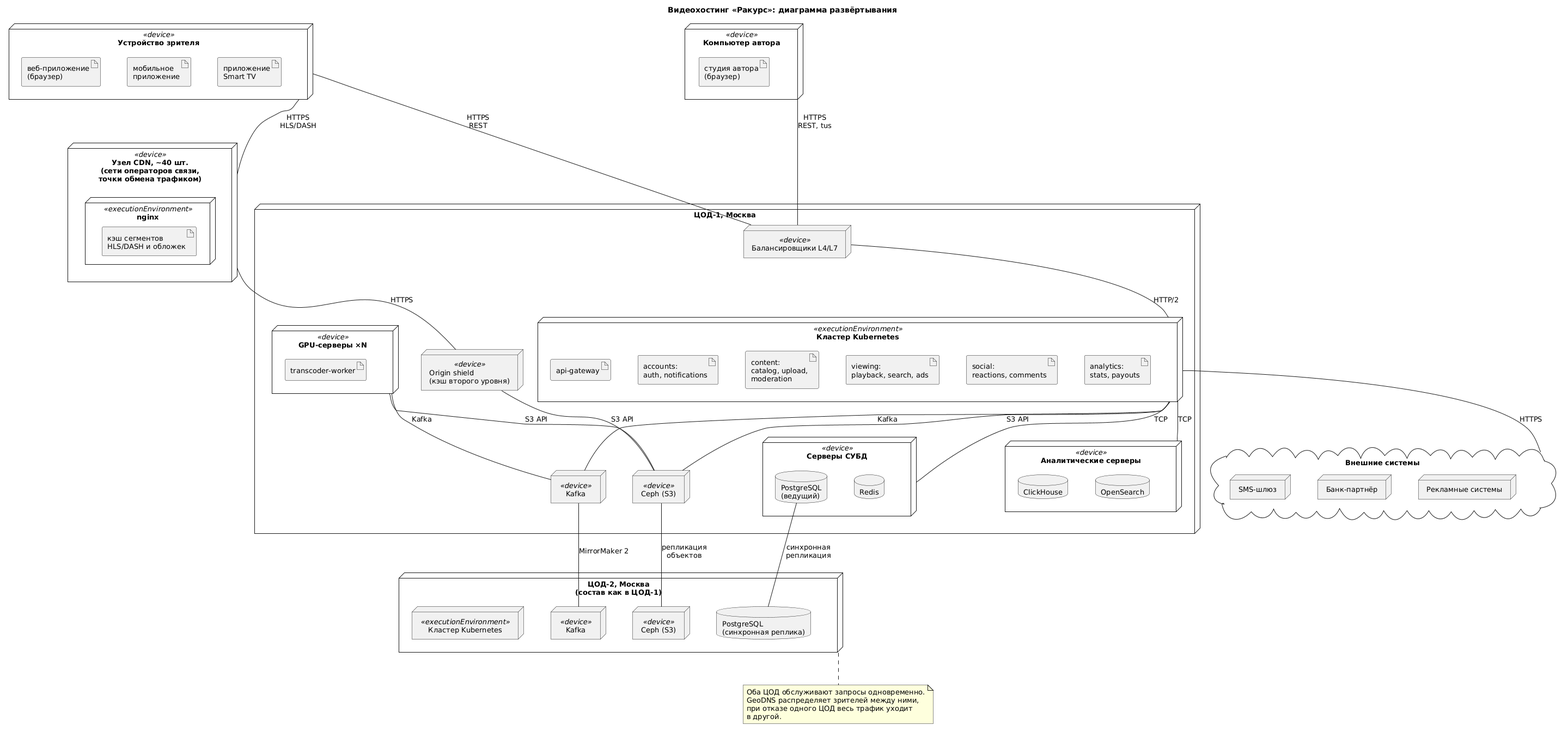
Before: diagrams/deployment.png, a diagram exported from PlantUML (EkaterinaGrisha/videohosting-architecture). The source it was exported from:
```plantuml
@startuml
title Видеохостинг «Ракурс»: диаграмма развёртывания

skinparam shadowing false
skinparam defaultFontName Arial
skinparam defaultFontSize 13
skinparam nodesep 50
skinparam ranksep 70

node "Устройство зрителя" <<device>> as viewer {
  artifact "веб-приложение\n(браузер)" as a_web
  artifact "мобильное\nприложение" as a_mobile
  artifact "приложение\nSmart TV" as a_tv
}

node "Компьютер автора" <<device>> as author {
  artifact "студия автора\n(браузер)" as a_studio
}

node "Узел CDN, ~40 шт.\n(сети операторов связи,\nточки обмена трафиком)" <<device>> as edge {
  node "nginx" <<executionEnvironment>> as edge_nginx {
    artifact "кэш сегментов\nHLS/DASH и обложек" as a_cache
  }
}

node "ЦОД-1, Москва" as dc1 {
  node "Балансировщики L4/L7" <<device>> as lb1
  node "Origin shield\n(кэш второго уровня)" <<device>> as shield1

  node "Кластер Kubernetes" <<executionEnvironment>> as k8s1 {
    artifact "api-gateway" as a_gw
    artifact "accounts:\nauth, notifications" as a_accounts
    artifact "content:\ncatalog, upload,\nmoderation" as a_content
    artifact "viewing:\nplayback, search, ads" as a_viewing
    artifact "social:\nreactions, comments" as a_social
    artifact "analytics:\nstats, payouts" as a_analytics
  }

  node "GPU-серверы ×N" <<device>> as gpu1 {
    artifact "transcoder-worker" as a_transcoder
  }

  node "Серверы СУБД" <<device>> as db1 {
    database "PostgreSQL\n(ведущий)" as pg1
    database "Redis" as redis1
  }

  node "Аналитические серверы" <<device>> as an1 {
    database "ClickHouse" as ch1
    database "OpenSearch" as os1
  }

  node "Kafka" <<device>> as kafka1
  node "Ceph (S3)" <<device>> as ceph1
}

node "ЦОД-2, Москва\n(состав как в ЦОД-1)" as dc2 {
  node "Кластер Kubernetes" <<executionEnvironment>> as k8s2
  database "PostgreSQL\n(синхронная реплика)" as pg2
  node "Kafka" <<device>> as kafka2
  node "Ceph (S3)" <<device>> as ceph2
}

cloud "Внешние системы" as ext {
  node "SMS-шлюз" as sms
  node "Банк-партнёр" as bank
  node "Рекламные системы" as adnet
}

a_web -[hidden]right- a_mobile
a_mobile -[hidden]right- a_tv
a_gw -[hidden]right- a_accounts
a_accounts -[hidden]right- a_content
a_content -[hidden]right- a_viewing
a_viewing -[hidden]right- a_social
a_social -[hidden]right- a_analytics
sms -[hidden]right- bank
bank -[hidden]right- adnet

viewer -- edge : HTTPS\nHLS/DASH
viewer -- lb1 : HTTPS\nREST
author -- lb1 : HTTPS\nREST, tus
edge -- shield1 : HTTPS
shield1 -- ceph1 : S3 API
lb1 -- k8s1 : HTTP/2
k8s1 -- db1 : TCP
k8s1 -- an1 : TCP
k8s1 -- kafka1 : Kafka
k8s1 -- ceph1 : S3 API
gpu1 -- ceph1 : S3 API
gpu1 -- kafka1 : Kafka
k8s1 -- ext : HTTPS
pg1 -- pg2 : синхронная\nрепликация
ceph1 -- ceph2 : репликация\nобъектов
kafka1 -- kafka2 : MirrorMaker 2

note bottom of dc2
  Оба ЦОД обслуживают запросы одновременно.
  GeoDNS распределяет зрителей между ними,
  при отказе одного ЦОД весь трафик уходит
  в другой.
end note
@enduml
```
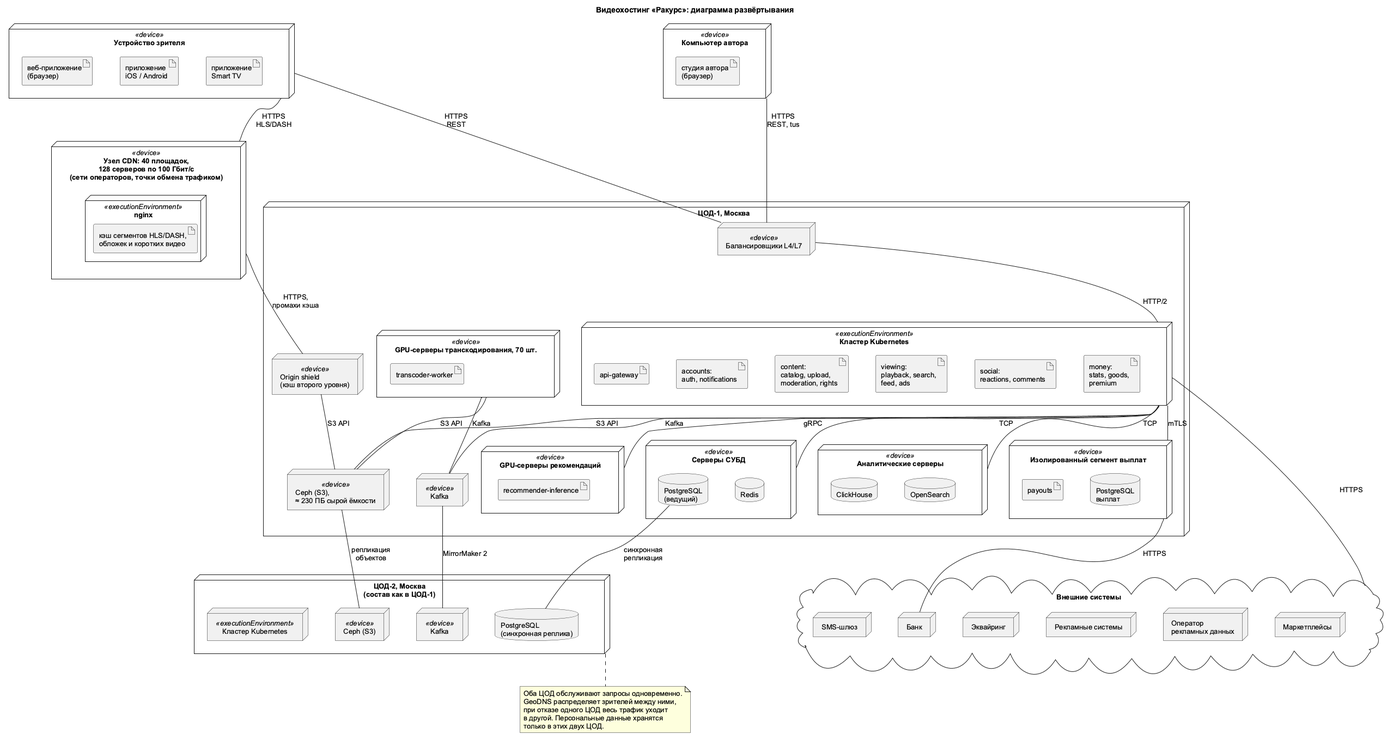
The same file after the commit.

The edit, as a diff of the source:
```diff
@@ -1,4 +1,4 @@
-@startuml
+@startuml deployment
 title Видеохостинг «Ракурс»: диаграмма развёртывания
 
 skinparam shadowing false
@@ -9,7 +9,7 @@
 
 node "Устройство зрителя" <<device>> as viewer {
   artifact "веб-приложение\n(браузер)" as a_web
-  artifact "мобильное\nприложение" as a_mobile
+  artifact "приложение\niOS / Android" as a_mobile
   artifact "приложение\nSmart TV" as a_tv
 }
 
@@ -17,9 +17,9 @@
   artifact "студия автора\n(браузер)" as a_studio
 }
 
-node "Узел CDN, ~40 шт.\n(сети операторов связи,\nточки обмена трафиком)" <<device>> as edge {
+node "Узел CDN: 40 площадок,\n128 серверов по 100 Гбит/с\n(сети операторов, точки обмена трафиком)" <<device>> as edge {
   node "nginx" <<executionEnvironment>> as edge_nginx {
-    artifact "кэш сегментов\nHLS/DASH и обложек" as a_cache
+    artifact "кэш сегментов HLS/DASH,\nобложек и коротких видео" as a_cache
   }
 }
 
@@ -30,14 +30,23 @@
   node "Кластер Kubernetes" <<executionEnvironment>> as k8s1 {
     artifact "api-gateway" as a_gw
     artifact "accounts:\nauth, notifications" as a_accounts
-    artifact "content:\ncatalog, upload,\nmoderation" as a_content
-    artifact "viewing:\nplayback, search, ads" as a_viewing
+    artifact "content:\ncatalog, upload,\nmoderation, rights" as a_content
+    artifact "viewing:\nplayback, search,\nfeed, ads" as a_viewing
     artifact "social:\nreactions, comments" as a_social
-    artifact "analytics:\nstats, payouts" as a_analytics
+    artifact "money:\nstats, goods,\npremium" as a_money
   }
 
-  node "GPU-серверы ×N" <<device>> as gpu1 {
+  node "Изолированный сегмент выплат" <<device>> as pay1 {
+    artifact "payouts" as a_payouts
+    database "PostgreSQL\nвыплат" as pgpay1
+  }
+
+  node "GPU-серверы транскодирования, 70 шт." <<device>> as gpu1 {
     artifact "transcoder-worker" as a_transcoder
+  }
+
+  node "GPU-серверы рекомендаций" <<device>> as rec1 {
+    artifact "recommender-inference" as a_rec
   }
 
   node "Серверы СУБД" <<device>> as db1 {
@@ -51,7 +60,7 @@
   }
 
   node "Kafka" <<device>> as kafka1
-  node "Ceph (S3)" <<device>> as ceph1
+  node "Ceph (S3),\n≈ 230 ПБ сырой ёмкости" <<device>> as ceph1
 }
 
 node "ЦОД-2, Москва\n(состав как в ЦОД-1)" as dc2 {
@@ -63,8 +72,11 @@
 
 cloud "Внешние системы" as ext {
   node "SMS-шлюз" as sms
-  node "Банк-партнёр" as bank
+  node "Банк" as bank
+  node "Эквайринг" as acq
   node "Рекламные системы" as adnet
+  node "Оператор\nрекламных данных" as ord
+  node "Маркетплейсы" as mp
 }
 
 a_web -[hidden]right- a_mobile
@@ -73,23 +85,29 @@
 a_accounts -[hidden]right- a_content
 a_content -[hidden]right- a_viewing
 a_viewing -[hidden]right- a_social
-a_social -[hidden]right- a_analytics
+a_social -[hidden]right- a_money
 sms -[hidden]right- bank
-bank -[hidden]right- adnet
+bank -[hidden]right- acq
+acq -[hidden]right- adnet
+adnet -[hidden]right- ord
+ord -[hidden]right- mp
 
 viewer -- edge : HTTPS\nHLS/DASH
 viewer -- lb1 : HTTPS\nREST
 author -- lb1 : HTTPS\nREST, tus
-edge -- shield1 : HTTPS
+edge -- shield1 : HTTPS,\nпромахи кэша
 shield1 -- ceph1 : S3 API
 lb1 -- k8s1 : HTTP/2
 k8s1 -- db1 : TCP
 k8s1 -- an1 : TCP
 k8s1 -- kafka1 : Kafka
 k8s1 -- ceph1 : S3 API
+k8s1 -- rec1 : gRPC
+k8s1 -- pay1 : mTLS
 gpu1 -- ceph1 : S3 API
 gpu1 -- kafka1 : Kafka
 k8s1 -- ext : HTTPS
+pay1 -- bank : HTTPS
 pg1 -- pg2 : синхронная\nрепликация
 ceph1 -- ceph2 : репликация\nобъектов
 kafka1 -- kafka2 : MirrorMaker 2
@@ -98,6 +116,7 @@
   Оба ЦОД обслуживают запросы одновременно.
   GeoDNS распределяет зрителей между ними,
   при отказе одного ЦОД весь трафик уходит
-  в другой.
+  в другой. Персональные данные хранятся
+  только в этих двух ЦОД.
 end note
 @enduml
```
